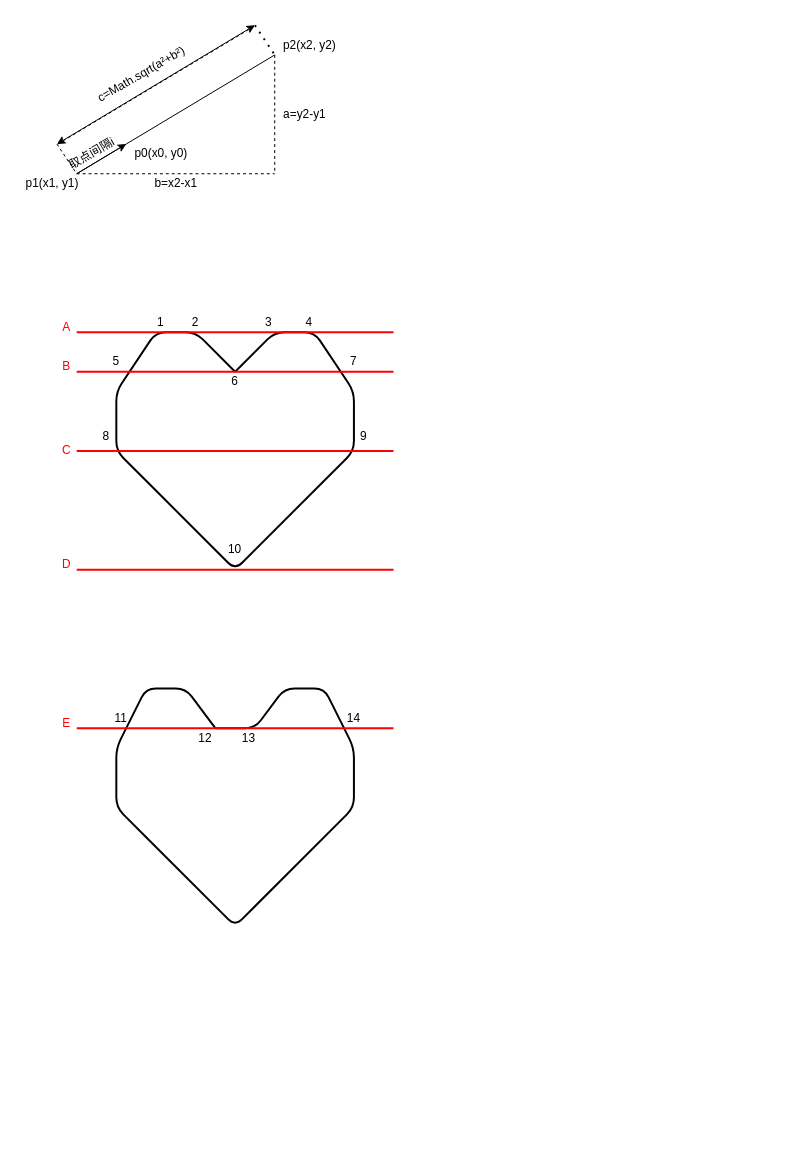
Earlier version of the draw.io diagram Demos/canvas-demo/test.drawio (yucheng1207/yuchengDemo). Source tidied: cells renumbered, new cells numbered last; positions are measured from the earlier drawing's top-left corner, leaving out a move shared by most shapes. Both pictures are drawn from the tidied source at 99%, with x=0, y=0 at pixel (17, 25).
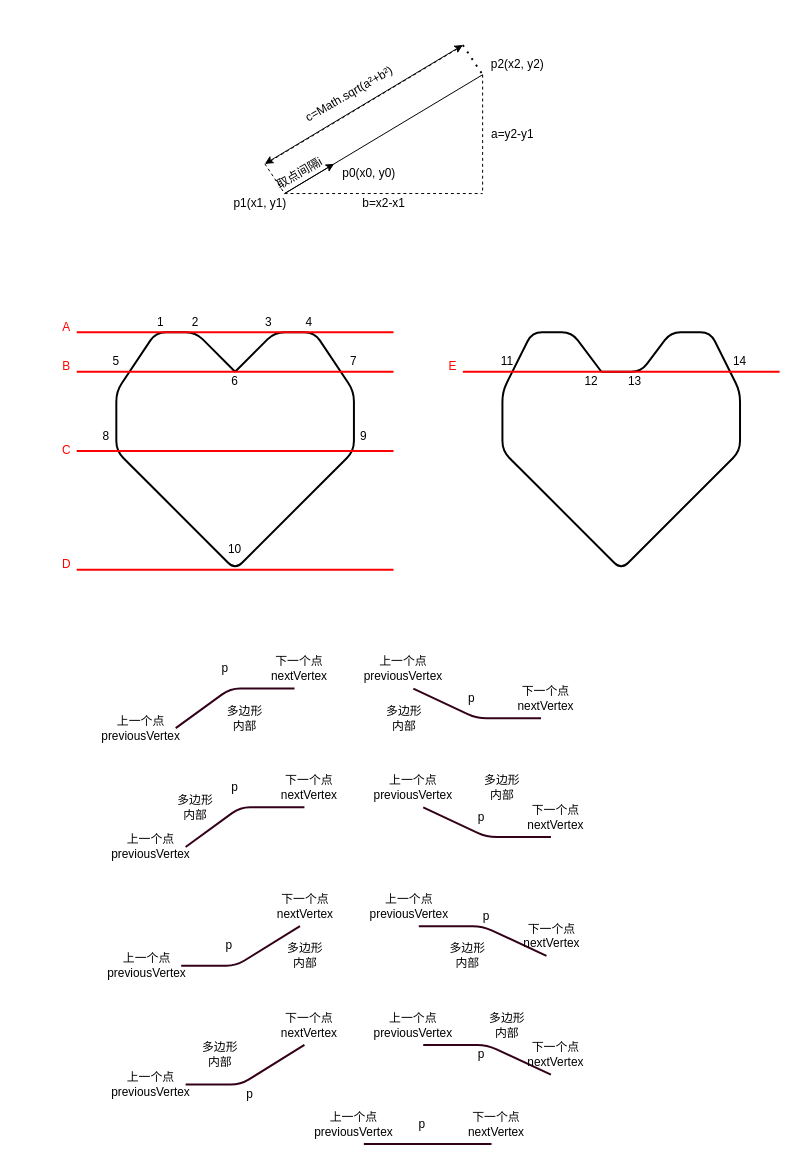
After the change.

Change to the diagram source:
```diff
@@
     <mxCell id="2" style="endArrow=none;html=1;" parent="1" edge="1">
       <mxGeometry relative="1" as="geometry">
-        <mxPoint x="60" y="150" as="sourcePoint" />
-        <mxPoint x="260" y="30" as="targetPoint" />
+        <mxPoint x="270" y="170" as="sourcePoint" />
+        <mxPoint x="470" y="50" as="targetPoint" />
       </mxGeometry>
     </mxCell>
     <mxCell id="3" value="p2(x2, y2)" style="text;html=1;align=center;verticalAlign=middle;fillColor=none;strokeColor=none;rounded=0;" parent="1" vertex="1">
-      <mxGeometry x="260" y="10" width="70" height="20" as="geometry" />
+      <mxGeometry x="470" y="30" width="70" height="20" as="geometry" />
     </mxCell>
     <mxCell id="4" value="p1(x1, y1)" style="text;html=1;align=center;verticalAlign=middle;points=[];fillColor=none;strokeColor=none;rounded=0;" parent="1" vertex="1">
-      <mxGeometry y="150" width="70" height="20" as="geometry" />
+      <mxGeometry x="210" y="170" width="70" height="20" as="geometry" />
     </mxCell>
     <mxCell id="5" style="endArrow=none;dashed=1;html=1;exitX=0.857;exitY=0;exitDx=0;exitDy=0;exitPerimeter=0;" parent="1" edge="1" source="4">
       <mxGeometry relative="1" as="geometry">
-        <mxPoint x="260" y="150" as="targetPoint" />
+        <mxPoint x="470" y="170" as="targetPoint" />
       </mxGeometry>
     </mxCell>
     <mxCell id="6" style="endArrow=none;dashed=1;html=1;" parent="1" edge="1">
       <mxGeometry relative="1" as="geometry">
-        <mxPoint x="260" y="30" as="sourcePoint" />
-        <mxPoint x="260" y="150" as="targetPoint" />
+        <mxPoint x="470" y="50" as="sourcePoint" />
+        <mxPoint x="470" y="170" as="targetPoint" />
       </mxGeometry>
     </mxCell>
     <mxCell id="7" value="a=y2-y1" style="text;html=1;align=center;verticalAlign=middle;fillColor=none;strokeColor=none;rounded=0;" parent="1" vertex="1">
-      <mxGeometry x="260" y="80" width="60" height="20" as="geometry" />
+      <mxGeometry x="470" y="100" width="60" height="20" as="geometry" />
     </mxCell>
     <mxCell id="8" value="b=x2-x1" style="text;html=1;align=center;verticalAlign=middle;fillColor=none;strokeColor=none;rounded=0;" parent="1" vertex="1">
-      <mxGeometry x="130" y="150" width="60" height="20" as="geometry" />
+      <mxGeometry x="340" y="170" width="60" height="20" as="geometry" />
     </mxCell>
     <mxCell id="9" value="c=Math.sqrt(a²+b²)" style="text;html=1;align=center;verticalAlign=middle;fillColor=none;strokeColor=none;rounded=0;rotation=-30;" parent="1" vertex="1">
-      <mxGeometry x="70" y="40" width="110" height="20" as="geometry" />
+      <mxGeometry x="280" y="60" width="110" height="20" as="geometry" />
     </mxCell>
     <mxCell id="10" style="endArrow=none;dashed=1;html=1;" parent="1" edge="1">
       <mxGeometry relative="1" as="geometry">
-        <mxPoint x="41" y="120" as="sourcePoint" />
-        <mxPoint x="241" as="targetPoint" />
+        <mxPoint x="251" y="140" as="sourcePoint" />
+        <mxPoint x="451" y="20" as="targetPoint" />
       </mxGeometry>
     </mxCell>
     <mxCell id="11" style="endArrow=none;dashed=1;html=1;dashPattern=1 3;strokeWidth=2;" parent="1" edge="1">
       <mxGeometry relative="1" as="geometry">
-        <mxPoint x="240" as="sourcePoint" />
-        <mxPoint x="260" y="30" as="targetPoint" />
+        <mxPoint x="450" y="20" as="sourcePoint" />
+        <mxPoint x="470" y="50" as="targetPoint" />
       </mxGeometry>
     </mxCell>
     <mxCell id="12" style="endArrow=none;dashed=1;html=1;entryX=0.857;entryY=0;entryDx=0;entryDy=0;entryPerimeter=0;" parent="1" edge="1" target="4">
       <mxGeometry relative="1" as="geometry">
-        <mxPoint x="40" y="120" as="sourcePoint" />
+        <mxPoint x="250" y="140" as="sourcePoint" />
       </mxGeometry>
     </mxCell>
     <mxCell id="13" style="endArrow=classic;startArrow=classic;html=1;" parent="1" edge="1">
       <mxGeometry relative="1" as="geometry">
-        <mxPoint x="40" y="120" as="sourcePoint" />
-        <mxPoint x="240" as="targetPoint" />
+        <mxPoint x="250" y="140" as="sourcePoint" />
+        <mxPoint x="450" y="20" as="targetPoint" />
       </mxGeometry>
     </mxCell>
     <mxCell id="14" style="endArrow=classic;html=1;exitX=0.857;exitY=0;exitDx=0;exitDy=0;exitPerimeter=0;" parent="1" edge="1" source="4">
       <mxGeometry relative="1" as="geometry">
-        <mxPoint x="110" y="120" as="targetPoint" />
+        <mxPoint x="320" y="140" as="targetPoint" />
       </mxGeometry>
     </mxCell>
     <mxCell id="15" value="p0(x0, y0)" style="text;html=1;align=center;verticalAlign=middle;fillColor=none;strokeColor=none;rounded=0;" parent="1" vertex="1">
-      <mxGeometry x="110" y="120" width="70" height="20" as="geometry" />
+      <mxGeometry x="320" y="140" width="70" height="20" as="geometry" />
     </mxCell>
     <mxCell id="16" value="取点间隔i" style="text;html=1;align=center;verticalAlign=middle;fillColor=none;strokeColor=none;rounded=0;rotation=-30;" parent="1" vertex="1">
-      <mxGeometry x="40" y="120" width="70" height="20" as="geometry" />
+      <mxGeometry x="250" y="140" width="70" height="20" as="geometry" />
     </mxCell>
@@
     <mxCell id="19" style="endArrow=none;html=1;strokeWidth=2;" parent="1" edge="1">
       <mxGeometry relative="1" as="geometry">
-        <mxPoint x="200" y="710" as="sourcePoint" />
-        <mxPoint x="200" y="710" as="targetPoint" />
+        <mxPoint x="590" y="350" as="sourcePoint" />
+        <mxPoint x="590" y="350" as="targetPoint" />
         <Array as="points">
-          <mxPoint x="240" y="710" />
-          <mxPoint x="270" y="670" />
-          <mxPoint x="310" y="670" />
-          <mxPoint x="340" y="730" />
-          <mxPoint x="340" y="790" />
-          <mxPoint x="220" y="910" />
-          <mxPoint x="140" y="830" />
-          <mxPoint x="100" y="790" />
-          <mxPoint x="100" y="730" />
-          <mxPoint x="130" y="670" />
-          <mxPoint x="170" y="670" />
+          <mxPoint x="630" y="350" />
+          <mxPoint x="660" y="310" />
+          <mxPoint x="700" y="310" />
+          <mxPoint x="730" y="370" />
+          <mxPoint x="730" y="430" />
+          <mxPoint x="610" y="550" />
+          <mxPoint x="530" y="470" />
+          <mxPoint x="490" y="430" />
+          <mxPoint x="490" y="370" />
+          <mxPoint x="520" y="310" />
+          <mxPoint x="560" y="310" />
         </Array>
       </mxGeometry>
     </mxCell>
@@
     <mxCell id="37" style="endArrow=none;html=1;strokeWidth=2;fillColor=#f8cecc;strokeColor=#FF0000;" parent="1" edge="1">
       <mxGeometry relative="1" as="geometry">
-        <mxPoint x="60" y="710" as="sourcePoint" />
-        <mxPoint x="380" y="710" as="targetPoint" />
+        <mxPoint x="450" y="350" as="sourcePoint" />
+        <mxPoint x="770" y="350" as="targetPoint" />
       </mxGeometry>
     </mxCell>
     <mxCell id="38" value="11" style="text;html=1;strokeColor=none;fillColor=none;align=center;verticalAlign=middle;whiteSpace=wrap;rounded=0;" parent="1" vertex="1">
-      <mxGeometry x="85" y="690" width="40" height="20" as="geometry" />
+      <mxGeometry x="475" y="330" width="40" height="20" as="geometry" />
     </mxCell>
     <mxCell id="39" value="12" style="text;html=1;strokeColor=none;fillColor=none;align=center;verticalAlign=middle;whiteSpace=wrap;rounded=0;" parent="1" vertex="1">
-      <mxGeometry x="170" y="710" width="40" height="20" as="geometry" />
+      <mxGeometry x="560" y="350" width="40" height="20" as="geometry" />
     </mxCell>
     <mxCell id="40" value="&lt;font color=&quot;#ff0000&quot;&gt;E&lt;/font&gt;" style="text;html=1;strokeColor=none;fillColor=none;align=center;verticalAlign=middle;whiteSpace=wrap;rounded=0;strokeWidth=1;" parent="1" vertex="1">
-      <mxGeometry x="30" y="690" width="40" height="30" as="geometry" />
+      <mxGeometry x="420" y="330" width="40" height="30" as="geometry" />
     </mxCell>
     <mxCell id="41" value="13" style="text;html=1;strokeColor=none;fillColor=none;align=center;verticalAlign=middle;whiteSpace=wrap;rounded=0;" parent="1" vertex="1">
-      <mxGeometry x="214" y="710" width="40" height="20" as="geometry" />
+      <mxGeometry x="604" y="350" width="40" height="20" as="geometry" />
     </mxCell>
     <mxCell id="42" value="14" style="text;html=1;strokeColor=none;fillColor=none;align=center;verticalAlign=middle;whiteSpace=wrap;rounded=0;" parent="1" vertex="1">
-      <mxGeometry x="320" y="690" width="40" height="20" as="geometry" />
+      <mxGeometry x="710" y="330" width="40" height="20" as="geometry" />
     </mxCell>
+    <mxCell id="43" style="endArrow=none;html=1;strokeColor=#33001A;strokeWidth=2;" parent="1" edge="1">
+      <mxGeometry relative="1" as="geometry">
+        <mxPoint x="160" y="710" as="sourcePoint" />
+        <mxPoint x="280" y="670" as="targetPoint" />
+        <Array as="points">
+          <mxPoint x="215" y="670" />
+        </Array>
+      </mxGeometry>
+    </mxCell>
+    <mxCell id="44" value="p" style="text;html=1;strokeColor=none;fillColor=none;align=center;verticalAlign=middle;whiteSpace=wrap;rounded=0;" parent="1" vertex="1">
+      <mxGeometry x="190" y="640" width="40" height="20" as="geometry" />
+    </mxCell>
+    <mxCell id="45" value="下一个点&lt;br&gt;nextVertex" style="text;html=1;strokeColor=none;fillColor=none;align=center;verticalAlign=middle;whiteSpace=wrap;rounded=0;" parent="1" vertex="1">
+      <mxGeometry x="260" y="640" width="50" height="20" as="geometry" />
+    </mxCell>
+    <mxCell id="46" value="上一个点&lt;br&gt;previousVertex" style="text;html=1;strokeColor=none;fillColor=none;align=center;verticalAlign=middle;whiteSpace=wrap;rounded=0;" parent="1" vertex="1">
+      <mxGeometry x="100" y="700" width="50" height="20" as="geometry" />
+    </mxCell>
+    <mxCell id="47" value="多边形内部" style="text;html=1;strokeColor=none;fillColor=none;align=center;verticalAlign=middle;whiteSpace=wrap;rounded=0;" parent="1" vertex="1">
+      <mxGeometry x="210" y="690" width="40" height="20" as="geometry" />
+    </mxCell>
+    <mxCell id="48" style="endArrow=none;html=1;strokeColor=#33001A;strokeWidth=2;" parent="1" edge="1">
+      <mxGeometry relative="1" as="geometry">
+        <mxPoint x="400" y="670" as="sourcePoint" />
+        <mxPoint x="529" y="700" as="targetPoint" />
+        <Array as="points">
+          <mxPoint x="464" y="700" />
+        </Array>
+      </mxGeometry>
+    </mxCell>
+    <mxCell id="49" value="p" style="text;html=1;strokeColor=none;fillColor=none;align=center;verticalAlign=middle;whiteSpace=wrap;rounded=0;" parent="1" vertex="1">
+      <mxGeometry x="439" y="670" width="40" height="20" as="geometry" />
+    </mxCell>
+    <mxCell id="50" value="下一个点&lt;br&gt;nextVertex" style="text;html=1;strokeColor=none;fillColor=none;align=center;verticalAlign=middle;whiteSpace=wrap;rounded=0;" parent="1" vertex="1">
+      <mxGeometry x="509" y="670" width="50" height="20" as="geometry" />
+    </mxCell>
+    <mxCell id="51" value="上一个点&lt;br&gt;previousVertex" style="text;html=1;strokeColor=none;fillColor=none;align=center;verticalAlign=middle;whiteSpace=wrap;rounded=0;" parent="1" vertex="1">
+      <mxGeometry x="365" y="640" width="50" height="20" as="geometry" />
+    </mxCell>
+    <mxCell id="52" value="多边形内部" style="text;html=1;strokeColor=none;fillColor=none;align=center;verticalAlign=middle;whiteSpace=wrap;rounded=0;" parent="1" vertex="1">
+      <mxGeometry x="371" y="690" width="40" height="20" as="geometry" />
+    </mxCell>
+    <mxCell id="53" style="endArrow=none;html=1;strokeColor=#33001A;strokeWidth=2;" parent="1" edge="1">
+      <mxGeometry relative="1" as="geometry">
+        <mxPoint x="170" y="830" as="sourcePoint" />
+        <mxPoint x="290" y="790" as="targetPoint" />
+        <Array as="points">
+          <mxPoint x="225" y="790" />
+        </Array>
+      </mxGeometry>
+    </mxCell>
+    <mxCell id="54" value="p" style="text;html=1;strokeColor=none;fillColor=none;align=center;verticalAlign=middle;whiteSpace=wrap;rounded=0;" parent="1" vertex="1">
+      <mxGeometry x="200" y="760" width="40" height="20" as="geometry" />
+    </mxCell>
+    <mxCell id="55" value="下一个点&lt;br&gt;nextVertex" style="text;html=1;strokeColor=none;fillColor=none;align=center;verticalAlign=middle;whiteSpace=wrap;rounded=0;" parent="1" vertex="1">
+      <mxGeometry x="270" y="760" width="50" height="20" as="geometry" />
+    </mxCell>
+    <mxCell id="56" value="上一个点&lt;br&gt;previousVertex" style="text;html=1;strokeColor=none;fillColor=none;align=center;verticalAlign=middle;whiteSpace=wrap;rounded=0;" parent="1" vertex="1">
+      <mxGeometry x="110" y="820" width="50" height="20" as="geometry" />
+    </mxCell>
+    <mxCell id="57" value="多边形内部" style="text;html=1;strokeColor=none;fillColor=none;align=center;verticalAlign=middle;whiteSpace=wrap;rounded=0;" parent="1" vertex="1">
+      <mxGeometry x="160" y="780" width="40" height="20" as="geometry" />
+    </mxCell>
+    <mxCell id="58" style="endArrow=none;html=1;strokeColor=#33001A;strokeWidth=2;" parent="1" edge="1">
+      <mxGeometry relative="1" as="geometry">
+        <mxPoint x="410" y="790" as="sourcePoint" />
+        <mxPoint x="539" y="820" as="targetPoint" />
+        <Array as="points">
+          <mxPoint x="474" y="820" />
+        </Array>
+      </mxGeometry>
+    </mxCell>
+    <mxCell id="59" value="p" style="text;html=1;strokeColor=none;fillColor=none;align=center;verticalAlign=middle;whiteSpace=wrap;rounded=0;" parent="1" vertex="1">
+      <mxGeometry x="449" y="790" width="40" height="20" as="geometry" />
+    </mxCell>
+    <mxCell id="60" value="下一个点&lt;br&gt;nextVertex" style="text;html=1;strokeColor=none;fillColor=none;align=center;verticalAlign=middle;whiteSpace=wrap;rounded=0;" parent="1" vertex="1">
+      <mxGeometry x="519" y="790" width="50" height="20" as="geometry" />
+    </mxCell>
+    <mxCell id="61" value="上一个点&lt;br&gt;previousVertex" style="text;html=1;strokeColor=none;fillColor=none;align=center;verticalAlign=middle;whiteSpace=wrap;rounded=0;" parent="1" vertex="1">
+      <mxGeometry x="375" y="760" width="50" height="20" as="geometry" />
+    </mxCell>
+    <mxCell id="62" value="多边形内部" style="text;html=1;strokeColor=none;fillColor=none;align=center;verticalAlign=middle;whiteSpace=wrap;rounded=0;" parent="1" vertex="1">
+      <mxGeometry x="470" y="760" width="40" height="20" as="geometry" />
+    </mxCell>
+    <mxCell id="63" style="endArrow=none;html=1;strokeColor=#33001A;strokeWidth=2;" parent="1" edge="1">
+      <mxGeometry relative="1" as="geometry">
+        <mxPoint x="165.5" y="950" as="sourcePoint" />
+        <mxPoint x="285.5" y="910" as="targetPoint" />
+        <Array as="points">
+          <mxPoint x="221" y="950" />
+        </Array>
+      </mxGeometry>
+    </mxCell>
+    <mxCell id="64" value="p" style="text;html=1;strokeColor=none;fillColor=none;align=center;verticalAlign=middle;whiteSpace=wrap;rounded=0;" parent="1" vertex="1">
+      <mxGeometry x="194" y="920" width="40" height="20" as="geometry" />
+    </mxCell>
+    <mxCell id="65" value="下一个点&lt;br&gt;nextVertex" style="text;html=1;strokeColor=none;fillColor=none;align=center;verticalAlign=middle;whiteSpace=wrap;rounded=0;" parent="1" vertex="1">
+      <mxGeometry x="265.5" y="880" width="50" height="20" as="geometry" />
+    </mxCell>
+    <mxCell id="66" value="上一个点&lt;br&gt;previousVertex" style="text;html=1;strokeColor=none;fillColor=none;align=center;verticalAlign=middle;whiteSpace=wrap;rounded=0;" parent="1" vertex="1">
+      <mxGeometry x="105.5" y="940" width="50" height="20" as="geometry" />
+    </mxCell>
+    <mxCell id="67" value="多边形内部" style="text;html=1;strokeColor=none;fillColor=none;align=center;verticalAlign=middle;whiteSpace=wrap;rounded=0;" parent="1" vertex="1">
+      <mxGeometry x="270.5" y="930" width="40" height="20" as="geometry" />
+    </mxCell>
+    <mxCell id="68" style="endArrow=none;html=1;strokeColor=#33001A;strokeWidth=2;" parent="1" edge="1">
+      <mxGeometry relative="1" as="geometry">
+        <mxPoint x="405.5" y="910" as="sourcePoint" />
+        <mxPoint x="534.5" y="940" as="targetPoint" />
+        <Array as="points">
+          <mxPoint x="470" y="910" />
+        </Array>
+      </mxGeometry>
+    </mxCell>
+    <mxCell id="69" value="p" style="text;html=1;strokeColor=none;fillColor=none;align=center;verticalAlign=middle;whiteSpace=wrap;rounded=0;" parent="1" vertex="1">
+      <mxGeometry x="453.5" y="890" width="40" height="20" as="geometry" />
+    </mxCell>
+    <mxCell id="70" value="下一个点&lt;br&gt;nextVertex" style="text;html=1;strokeColor=none;fillColor=none;align=center;verticalAlign=middle;whiteSpace=wrap;rounded=0;" parent="1" vertex="1">
+      <mxGeometry x="514.5" y="910" width="50" height="20" as="geometry" />
+    </mxCell>
+    <mxCell id="71" value="上一个点&lt;br&gt;previousVertex" style="text;html=1;strokeColor=none;fillColor=none;align=center;verticalAlign=middle;whiteSpace=wrap;rounded=0;" parent="1" vertex="1">
+      <mxGeometry x="370.5" y="880" width="50" height="20" as="geometry" />
+    </mxCell>
+    <mxCell id="72" value="多边形内部" style="text;html=1;strokeColor=none;fillColor=none;align=center;verticalAlign=middle;whiteSpace=wrap;rounded=0;" parent="1" vertex="1">
+      <mxGeometry x="435" y="930" width="40" height="20" as="geometry" />
+    </mxCell>
+    <mxCell id="73" style="endArrow=none;html=1;strokeColor=#33001A;strokeWidth=2;" parent="1" edge="1">
+      <mxGeometry relative="1" as="geometry">
+        <mxPoint x="170" y="1070" as="sourcePoint" />
+        <mxPoint x="290" y="1030" as="targetPoint" />
+        <Array as="points">
+          <mxPoint x="225.5" y="1070" />
+        </Array>
+      </mxGeometry>
+    </mxCell>
+    <mxCell id="74" value="p" style="text;html=1;strokeColor=none;fillColor=none;align=center;verticalAlign=middle;whiteSpace=wrap;rounded=0;" parent="1" vertex="1">
+      <mxGeometry x="214.5" y="1070" width="40" height="20" as="geometry" />
+    </mxCell>
+    <mxCell id="75" value="下一个点&lt;br&gt;nextVertex" style="text;html=1;strokeColor=none;fillColor=none;align=center;verticalAlign=middle;whiteSpace=wrap;rounded=0;" parent="1" vertex="1">
+      <mxGeometry x="270" y="1000" width="50" height="20" as="geometry" />
+    </mxCell>
+    <mxCell id="76" value="上一个点&lt;br&gt;previousVertex" style="text;html=1;strokeColor=none;fillColor=none;align=center;verticalAlign=middle;whiteSpace=wrap;rounded=0;" parent="1" vertex="1">
+      <mxGeometry x="110" y="1060" width="50" height="20" as="geometry" />
+    </mxCell>
+    <mxCell id="77" value="多边形内部" style="text;html=1;strokeColor=none;fillColor=none;align=center;verticalAlign=middle;whiteSpace=wrap;rounded=0;" parent="1" vertex="1">
+      <mxGeometry x="184.5" y="1030" width="40" height="20" as="geometry" />
+    </mxCell>
+    <mxCell id="78" style="endArrow=none;html=1;strokeColor=#33001A;strokeWidth=2;" parent="1" edge="1">
+      <mxGeometry relative="1" as="geometry">
+        <mxPoint x="410" y="1030" as="sourcePoint" />
+        <mxPoint x="539" y="1060" as="targetPoint" />
+        <Array as="points">
+          <mxPoint x="474.5" y="1030" />
+        </Array>
+      </mxGeometry>
+    </mxCell>
+    <mxCell id="79" value="p" style="text;html=1;strokeColor=none;fillColor=none;align=center;verticalAlign=middle;whiteSpace=wrap;rounded=0;" parent="1" vertex="1">
+      <mxGeometry x="449" y="1030" width="40" height="20" as="geometry" />
+    </mxCell>
+    <mxCell id="80" value="下一个点&lt;br&gt;nextVertex" style="text;html=1;strokeColor=none;fillColor=none;align=center;verticalAlign=middle;whiteSpace=wrap;rounded=0;" parent="1" vertex="1">
+      <mxGeometry x="519" y="1030" width="50" height="20" as="geometry" />
+    </mxCell>
+    <mxCell id="81" value="上一个点&lt;br&gt;previousVertex" style="text;html=1;strokeColor=none;fillColor=none;align=center;verticalAlign=middle;whiteSpace=wrap;rounded=0;" parent="1" vertex="1">
+      <mxGeometry x="375" y="1000" width="50" height="20" as="geometry" />
+    </mxCell>
+    <mxCell id="82" value="多边形内部" style="text;html=1;strokeColor=none;fillColor=none;align=center;verticalAlign=middle;whiteSpace=wrap;rounded=0;" parent="1" vertex="1">
+      <mxGeometry x="474.5" y="1000" width="40" height="20" as="geometry" />
+    </mxCell>
+    <mxCell id="83" style="endArrow=none;html=1;strokeColor=#33001A;strokeWidth=2;" parent="1" edge="1">
+      <mxGeometry relative="1" as="geometry">
+        <mxPoint x="350" y="1130" as="sourcePoint" />
+        <mxPoint x="479" y="1130" as="targetPoint" />
+        <Array as="points">
+          <mxPoint x="414" y="1130" />
+        </Array>
+      </mxGeometry>
+    </mxCell>
+    <mxCell id="84" value="p" style="text;html=1;strokeColor=none;fillColor=none;align=center;verticalAlign=middle;whiteSpace=wrap;rounded=0;" parent="1" vertex="1">
+      <mxGeometry x="389" y="1100" width="40" height="20" as="geometry" />
+    </mxCell>
+    <mxCell id="85" value="下一个点&lt;br&gt;nextVertex" style="text;html=1;strokeColor=none;fillColor=none;align=center;verticalAlign=middle;whiteSpace=wrap;rounded=0;" parent="1" vertex="1">
+      <mxGeometry x="459" y="1100" width="50" height="20" as="geometry" />
+    </mxCell>
+    <mxCell id="86" value="上一个点&lt;br&gt;previousVertex" style="text;html=1;strokeColor=none;fillColor=none;align=center;verticalAlign=middle;whiteSpace=wrap;rounded=0;" parent="1" vertex="1">
+      <mxGeometry x="315" y="1100" width="50" height="20" as="geometry" />
+    </mxCell>
```
